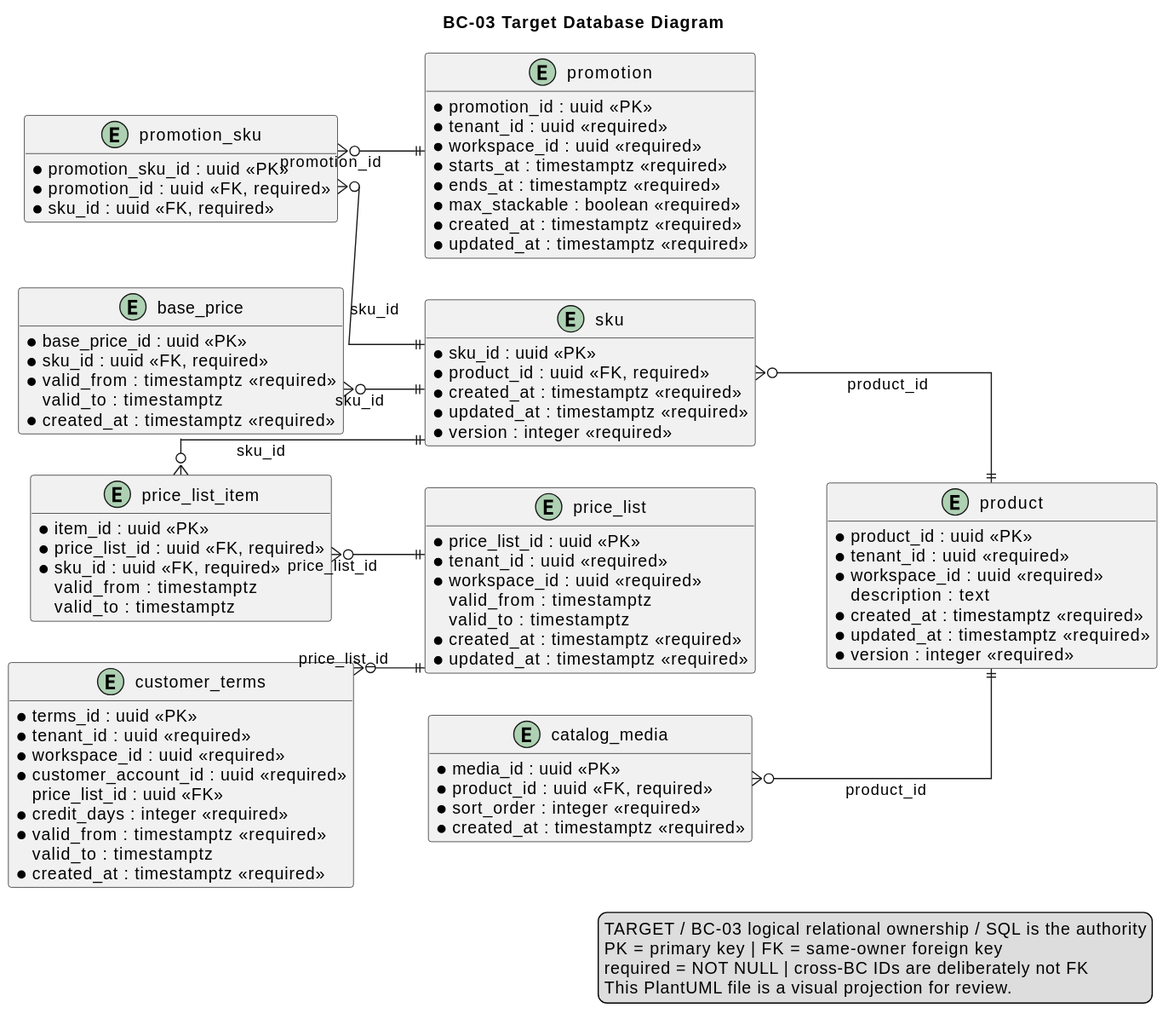
Before: report/assets/chapter-2/tactical/BC-03/database-diagram.svg, a diagram exported from PlantUML (nexa-suite/mobile-report). Its diagram source:
```plantuml
@startuml
title BC-03 Target Database Diagram
left to right direction
hide methods
skinparam shadowing false
skinparam linetype ortho
skinparam entity {
  BackgroundColor #F8FAFC
  BorderColor #334155
  FontColor #0F172A
}

entity "product" as t_product {
  * product_id : uuid <<PK>>
  * tenant_id : uuid <<required>>
  * workspace_id : uuid <<required>>
  * code : varchar(80) <<required>>
  * name : varchar(200) <<required>>
    description : text
  * status : varchar(32) <<required>>
  * created_at : timestamptz <<required>>
  * updated_at : timestamptz <<required>>
  * version : integer <<required>>
}

entity "sku" as t_sku {
  * sku_id : uuid <<PK>>
  * product_id : uuid <<FK, required>>
  * code : varchar(80) <<required>>
  * name : varchar(200) <<required>>
    gtin : varchar(14)
  * unit_of_measure : varchar(32) <<required>>
  * temperature_band : varchar(64) <<required>>
  * status : varchar(32) <<required>>
  * created_at : timestamptz <<required>>
  * updated_at : timestamptz <<required>>
  * version : integer <<required>>
}

entity "catalog_media" as t_catalog_media {
  * media_id : uuid <<PK>>
  * product_id : uuid <<FK, required>>
  * object_key : varchar(500) <<required>>
  * media_kind : varchar(32) <<required>>
    content_hash : varchar(128)
  * sort_order : integer <<required>>
  * created_at : timestamptz <<required>>
}

entity "price_list" as t_price_list {
  * price_list_id : uuid <<PK>>
  * tenant_id : uuid <<required>>
  * workspace_id : uuid <<required>>
  * code : varchar(80) <<required>>
  * name : varchar(160) <<required>>
  * currency : char(3) <<required>>
  * status : varchar(32) <<required>>
    valid_from : timestamptz
    valid_to : timestamptz
  * created_at : timestamptz <<required>>
  * updated_at : timestamptz <<required>>
}

entity "price_list_item" as t_price_list_item {
  * item_id : uuid <<PK>>
  * price_list_id : uuid <<FK, required>>
  * sku_id : uuid <<FK, required>>
  * unit_price : numeric(19,4) <<required>>
  * currency : char(3) <<required>>
    valid_from : timestamptz
    valid_to : timestamptz
}

entity "base_price" as t_base_price {
  * base_price_id : uuid <<PK>>
  * sku_id : uuid <<FK, required>>
  * amount : numeric(19,4) <<required>>
  * currency : char(3) <<required>>
  * valid_from : timestamptz <<required>>
    valid_to : timestamptz
  * created_at : timestamptz <<required>>
}

entity "customer_terms" as t_customer_terms {
  * terms_id : uuid <<PK>>
  * tenant_id : uuid <<required>>
  * workspace_id : uuid <<required>>
  * customer_account_id : uuid <<required>>
    price_list_id : uuid <<FK>>
  * credit_days : integer <<required>>
  * currency : char(3) <<required>>
  * valid_from : timestamptz <<required>>
    valid_to : timestamptz
  * created_at : timestamptz <<required>>
}

entity "promotion" as t_promotion {
  * promotion_id : uuid <<PK>>
  * tenant_id : uuid <<required>>
  * workspace_id : uuid <<required>>
  * code : varchar(80) <<required>>
  * name : varchar(160) <<required>>
  * status : varchar(32) <<required>>
  * starts_at : timestamptz <<required>>
  * ends_at : timestamptz <<required>>
  * max_stackable : boolean <<required>>
  * created_at : timestamptz <<required>>
  * updated_at : timestamptz <<required>>
}

entity "promotion_sku" as t_promotion_sku {
  * promotion_sku_id : uuid <<PK>>
  * promotion_id : uuid <<FK, required>>
  * sku_id : uuid <<FK, required>>
  * discount_kind : varchar(32) <<required>>
  * discount_value : numeric(19,4) <<required>>
}

t_sku }o--|| t_product : product_id
t_catalog_media }o--|| t_product : product_id
t_price_list_item }o--|| t_price_list : price_list_id
t_price_list_item }o--|| t_sku : sku_id
t_base_price }o--|| t_sku : sku_id
t_customer_terms }o--|| t_price_list : price_list_id
t_promotion_sku }o--|| t_promotion : promotion_id
t_promotion_sku }o--|| t_sku : sku_id

legend right
TARGET / BC-03 logical relational ownership / SQL is the authority
PK = primary key | FK = same-owner foreign key
required = NOT NULL | cross-BC IDs are deliberately not FK
This PlantUML file is a visual projection for review.
endlegend
@enduml
```
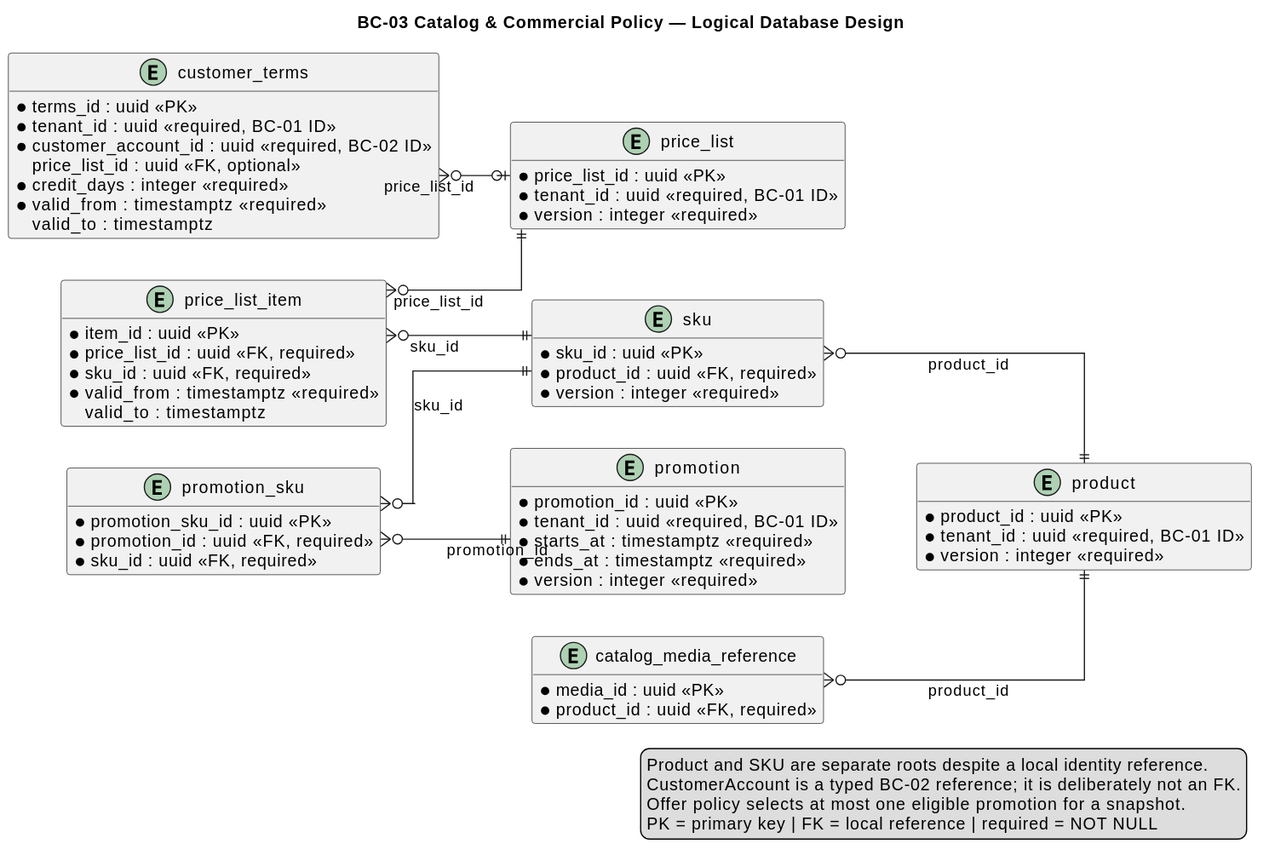
Above is the later version.

The edit, as a diff of the source:
```diff
@@ -1,5 +1,5 @@
 @startuml
-title BC-03 Target Database Diagram
+title BC-03 Catalog & Commercial Policy — Logical Database Design
 left to right direction
 hide methods
 skinparam shadowing false
@@ -10,105 +10,70 @@
   FontColor #0F172A
 }
 
-entity "product" as t_product {
+entity "product" as product {
   * product_id : uuid <<PK>>
-  * tenant_id : uuid <<required>>
-  * workspace_id : uuid <<required>>
-  * code : varchar(80) <<required>>
+  * tenant_id : uuid <<required, BC-01 ID>>
+  * code : varchar(80) <<required, unique>>
   * name : varchar(200) <<required>>
-    description : text
   * status : varchar(32) <<required>>
-  * created_at : timestamptz <<required>>
-  * updated_at : timestamptz <<required>>
   * version : integer <<required>>
 }
 
-entity "sku" as t_sku {
+entity "sku" as sku {
   * sku_id : uuid <<PK>>
   * product_id : uuid <<FK, required>>
-  * code : varchar(80) <<required>>
-  * name : varchar(200) <<required>>
-    gtin : varchar(14)
-  * unit_of_measure : varchar(32) <<required>>
+  * code : varchar(80) <<required, unique>>
   * temperature_band : varchar(64) <<required>>
   * status : varchar(32) <<required>>
-  * created_at : timestamptz <<required>>
-  * updated_at : timestamptz <<required>>
   * version : integer <<required>>
 }
 
-entity "catalog_media" as t_catalog_media {
+entity "catalog_media_reference" as catalog_media {
   * media_id : uuid <<PK>>
   * product_id : uuid <<FK, required>>
-  * object_key : varchar(500) <<required>>
+  * object_reference : varchar(500) <<required>>
   * media_kind : varchar(32) <<required>>
-    content_hash : varchar(128)
-  * sort_order : integer <<required>>
-  * created_at : timestamptz <<required>>
 }
 
-entity "price_list" as t_price_list {
+entity "price_list" as price_list {
   * price_list_id : uuid <<PK>>
-  * tenant_id : uuid <<required>>
-  * workspace_id : uuid <<required>>
-  * code : varchar(80) <<required>>
-  * name : varchar(160) <<required>>
+  * tenant_id : uuid <<required, BC-01 ID>>
   * currency : char(3) <<required>>
   * status : varchar(32) <<required>>
-    valid_from : timestamptz
-    valid_to : timestamptz
-  * created_at : timestamptz <<required>>
-  * updated_at : timestamptz <<required>>
+  * version : integer <<required>>
 }
 
-entity "price_list_item" as t_price_list_item {
+entity "price_list_item" as price_list_item {
   * item_id : uuid <<PK>>
   * price_list_id : uuid <<FK, required>>
   * sku_id : uuid <<FK, required>>
   * unit_price : numeric(19,4) <<required>>
   * currency : char(3) <<required>>
-    valid_from : timestamptz
+  * valid_from : timestamptz <<required>>
     valid_to : timestamptz
 }
 
-entity "base_price" as t_base_price {
-  * base_price_id : uuid <<PK>>
-  * sku_id : uuid <<FK, required>>
-  * amount : numeric(19,4) <<required>>
-  * currency : char(3) <<required>>
+entity "customer_terms" as customer_terms {
+  * terms_id : uuid <<PK>>
+  * tenant_id : uuid <<required, BC-01 ID>>
+  * customer_account_id : uuid <<required, BC-02 ID>>
+    price_list_id : uuid <<FK, optional>>
+  * credit_days : integer <<required>>
   * valid_from : timestamptz <<required>>
     valid_to : timestamptz
-  * created_at : timestamptz <<required>>
 }
 
-entity "customer_terms" as t_customer_terms {
-  * terms_id : uuid <<PK>>
-  * tenant_id : uuid <<required>>
-  * workspace_id : uuid <<required>>
-  * customer_account_id : uuid <<required>>
-    price_list_id : uuid <<FK>>
-  * credit_days : integer <<required>>
-  * currency : char(3) <<required>>
-  * valid_from : timestamptz <<required>>
-    valid_to : timestamptz
-  * created_at : timestamptz <<required>>
-}
-
-entity "promotion" as t_promotion {
+entity "promotion" as promotion {
   * promotion_id : uuid <<PK>>
-  * tenant_id : uuid <<required>>
-  * workspace_id : uuid <<required>>
+  * tenant_id : uuid <<required, BC-01 ID>>
   * code : varchar(80) <<required>>
-  * name : varchar(160) <<required>>
   * status : varchar(32) <<required>>
   * starts_at : timestamptz <<required>>
   * ends_at : timestamptz <<required>>
-  * max_stackable : boolean <<required>>
-  * created_at : timestamptz <<required>>
-  * updated_at : timestamptz <<required>>
+  * version : integer <<required>>
 }
 
-entity "promotion_sku" as t_promotion_sku {
+entity "promotion_sku" as promotion_sku {
   * promotion_sku_id : uuid <<PK>>
   * promotion_id : uuid <<FK, required>>
   * sku_id : uuid <<FK, required>>
@@ -116,19 +81,18 @@
   * discount_value : numeric(19,4) <<required>>
 }
 
-t_sku }o--|| t_product : product_id
-t_catalog_media }o--|| t_product : product_id
-t_price_list_item }o--|| t_price_list : price_list_id
-t_price_list_item }o--|| t_sku : sku_id
-t_base_price }o--|| t_sku : sku_id
-t_customer_terms }o--|| t_price_list : price_list_id
-t_promotion_sku }o--|| t_promotion : promotion_id
-t_promotion_sku }o--|| t_sku : sku_id
+sku }o--|| product : product_id
+catalog_media }o--|| product : product_id
+price_list_item }o--|| price_list : price_list_id
+price_list_item }o--|| sku : sku_id
+customer_terms }o--o| price_list : price_list_id
+promotion_sku }o--|| promotion : promotion_id
+promotion_sku }o--|| sku : sku_id
 
 legend right
-TARGET / BC-03 logical relational ownership / SQL is the authority
-PK = primary key | FK = same-owner foreign key
-required = NOT NULL | cross-BC IDs are deliberately not FK
-This PlantUML file is a visual projection for review.
+Product and SKU are separate roots despite a local identity reference.
+CustomerAccount is a typed BC-02 reference; it is deliberately not an FK.
+Offer policy selects at most one eligible promotion for a snapshot.
+PK = primary key | FK = local reference | required = NOT NULL
 endlegend
 @enduml
```
